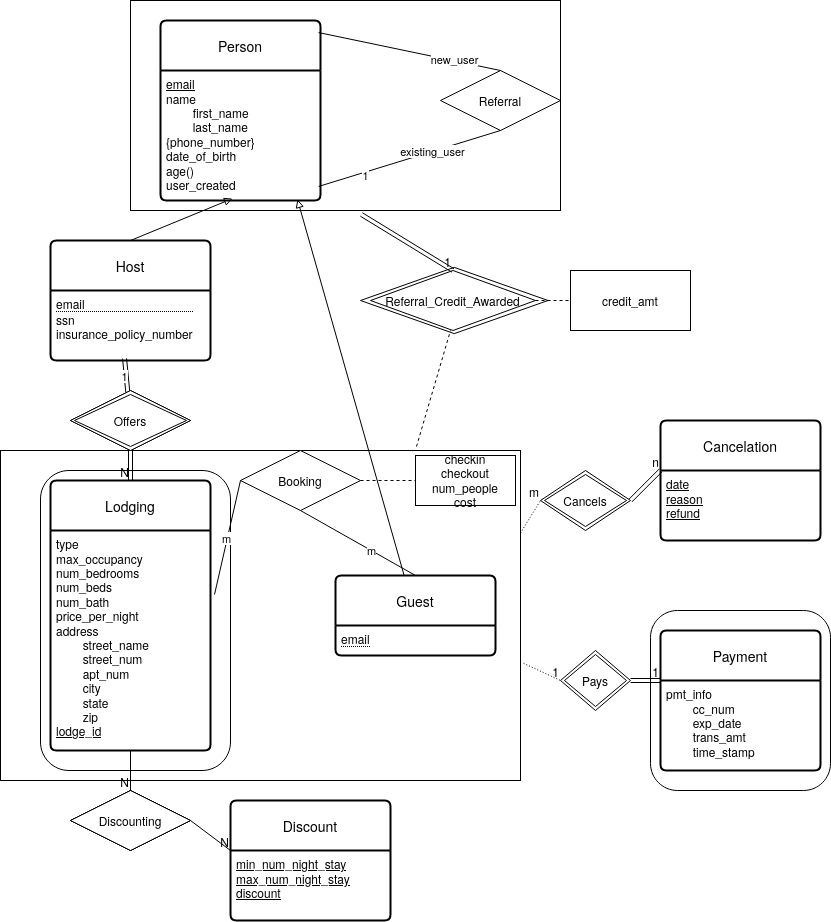
Before: question1.png, a diagram exported from draw.io (nurfnick/DBMS). Source tidied: cells renumbered, new cells last; positions are measured from the earlier drawing's top-left corner, leaving out a move shared by most shapes.
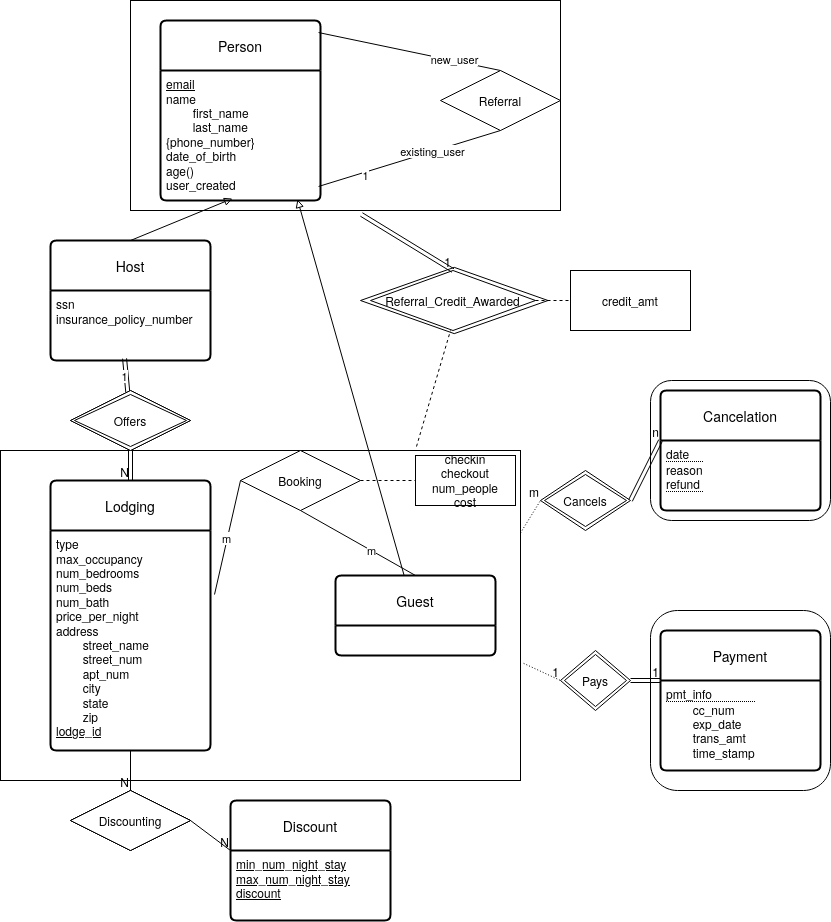
The same file after the commit.

Diff of the diagram source:
```diff
@@ -2,6 +2,9 @@
   <root>
     <mxCell id="0" />
     <mxCell id="1" parent="0" />
+    <mxCell id="66" style="rounded=1;whiteSpace=wrap;html=1;" parent="1" vertex="1">
+      <mxGeometry x="650" y="380" width="180" height="140" as="geometry" />
+    </mxCell>
     <mxCell id="2" style="rhombus;whiteSpace=wrap;html=1;" parent="1" vertex="1">
       <mxGeometry x="360" y="266.9" width="187.5" height="66.3" as="geometry" />
     </mxCell>
@@ -14,9 +17,6 @@
     <mxCell id="5" style="rounded=0;whiteSpace=wrap;html=1;" parent="1" vertex="1">
       <mxGeometry y="450" width="520" height="330" as="geometry" />
     </mxCell>
-    <mxCell id="6" style="rounded=1;whiteSpace=wrap;html=1;direction=south;" parent="1" vertex="1">
-      <mxGeometry x="40" y="470" width="190" height="300" as="geometry" />
-    </mxCell>
     <mxCell id="7" value="Person" style="swimlane;horizontal=1;startSize=50;rounded=1;fontSize=14;fontStyle=0;strokeWidth=2;shadow=0;dashed=0;align=center;arcSize=4;whiteSpace=wrap;html=1;" parent="1" vertex="1">
       <mxGeometry x="160" y="20" width="160" height="180" as="geometry" />
     </mxCell>
@@ -26,7 +26,7 @@
     <mxCell id="9" value="Host" style="swimlane;horizontal=1;startSize=50;rounded=1;fontSize=14;fontStyle=0;strokeWidth=2;shadow=0;dashed=0;align=center;arcSize=4;whiteSpace=wrap;html=1;" parent="1" vertex="1">
       <mxGeometry x="50" y="240" width="160" height="120" as="geometry" />
     </mxCell>
-    <mxCell id="10" value="&lt;div style=&quot;border-bottom: 1px dotted black&quot;&gt;email&lt;/div&gt;&lt;div&gt;ssn&lt;/div&gt;&lt;div&gt;insurance_policy_number&lt;br&gt;&lt;/div&gt;" style="align=left;strokeColor=none;fillColor=none;spacingLeft=4;fontSize=12;verticalAlign=top;html=1;" parent="9" vertex="1">
+    <mxCell id="10" value="&lt;div&gt;ssn&lt;/div&gt;&lt;div&gt;insurance_policy_number&lt;br&gt;&lt;/div&gt;" style="align=left;strokeColor=none;fillColor=none;spacingLeft=4;fontSize=12;verticalAlign=top;html=1;" parent="9" vertex="1">
       <mxGeometry y="50" width="160" height="70" as="geometry" />
     </mxCell>
     <mxCell id="11" value="Lodging" style="swimlane;horizontal=1;startSize=50;rounded=1;fontSize=14;fontStyle=0;strokeWidth=2;shadow=0;dashed=0;align=center;arcSize=4;whiteSpace=wrap;html=1;" parent="1" vertex="1">
@@ -41,9 +41,6 @@
     <mxCell id="14" value="Guest" style="swimlane;horizontal=1;startSize=50;rounded=1;fontSize=14;fontStyle=0;strokeWidth=2;shadow=0;dashed=0;align=center;arcSize=4;whiteSpace=wrap;html=1;" parent="1" vertex="1">
       <mxGeometry x="335" y="575" width="160" height="80" as="geometry" />
     </mxCell>
-    <mxCell id="15" value="&lt;div style=&quot;border-bottom: 1px dotted black&quot;&gt;email&lt;/div&gt;" style="align=left;strokeColor=none;fillColor=none;spacingLeft=4;fontSize=12;verticalAlign=top;html=1;" parent="14" vertex="1">
-      <mxGeometry y="50" width="160" height="30" as="geometry" />
-    </mxCell>
     <mxCell id="16" style="shape=link;html=1;rounded=0;exitX=0.5;exitY=1;exitDx=0;exitDy=0;entryX=0.5;entryY=0;entryDx=0;entryDy=0;" parent="1" edge="1" source="13" target="11">
       <mxGeometry relative="1" as="geometry" />
     </mxCell>
@@ -80,7 +77,7 @@
     <mxCell id="27" value="Payment" style="swimlane;horizontal=1;startSize=50;rounded=1;fontSize=14;fontStyle=0;strokeWidth=2;shadow=0;dashed=0;align=center;arcSize=4;whiteSpace=wrap;html=1;" parent="1" vertex="1">
       <mxGeometry x="660" y="630" width="160" height="140" as="geometry" />
     </mxCell>
-    <mxCell id="28" value="&lt;div&gt;pmt_info&lt;/div&gt;&lt;div&gt;&lt;span style=&quot;white-space: pre;&quot;&gt;&#9;&lt;/span&gt;cc_num&lt;/div&gt;&lt;div&gt;&lt;span style=&quot;white-space: pre;&quot;&gt;&#9;&lt;/span&gt;exp_date&lt;/div&gt;&lt;div&gt;&lt;span style=&quot;white-space: pre;&quot;&gt;&#9;&lt;/span&gt;trans_amt&lt;/div&gt;&lt;div&gt;&lt;span style=&quot;white-space: pre;&quot;&gt;&#9;&lt;/span&gt;time_stamp&lt;br&gt;&lt;/div&gt;" style="align=left;strokeColor=none;fillColor=none;spacingLeft=4;fontSize=12;verticalAlign=top;html=1;" parent="27" vertex="1">
+    <mxCell id="28" value="&lt;div style=&quot;border-bottom: 1px dotted black&quot;&gt;pmt_info&lt;/div&gt;&lt;div&gt;&lt;span style=&quot;white-space: pre;&quot;&gt;&#9;&lt;/span&gt;cc_num&lt;/div&gt;&lt;div&gt;&lt;span style=&quot;white-space: pre;&quot;&gt;&#9;&lt;/span&gt;exp_date&lt;/div&gt;&lt;div&gt;&lt;span style=&quot;white-space: pre;&quot;&gt;&#9;&lt;/span&gt;trans_amt&lt;/div&gt;&lt;div&gt;&lt;span style=&quot;white-space: pre;&quot;&gt;&#9;&lt;/span&gt;time_stamp&lt;br&gt;&lt;/div&gt;" style="align=left;strokeColor=none;fillColor=none;spacingLeft=4;fontSize=12;verticalAlign=top;html=1;" parent="27" vertex="1">
       <mxGeometry y="50" width="160" height="90" as="geometry" />
     </mxCell>
     <mxCell id="29" style="edgeStyle=orthogonalEdgeStyle;rounded=0;jettySize=auto;html=1;exitX=0.5;exitY=1;exitDx=0;exitDy=0;" parent="1" edge="1" source="28">
@@ -89,9 +86,9 @@
       </mxGeometry>
     </mxCell>
     <mxCell id="30" value="&lt;div&gt;Cancelation&lt;/div&gt;" style="swimlane;horizontal=1;startSize=50;rounded=1;fontSize=14;fontStyle=0;strokeWidth=2;shadow=0;dashed=0;align=center;arcSize=4;whiteSpace=wrap;html=1;" parent="1" vertex="1">
-      <mxGeometry x="660" y="420" width="160" height="120" as="geometry" />
+      <mxGeometry x="660" y="390" width="160" height="120" as="geometry" />
     </mxCell>
-    <mxCell id="31" value="&lt;div&gt;&lt;u&gt;date&lt;/u&gt;&lt;/div&gt;&lt;div&gt;&lt;u&gt;reason&lt;/u&gt;&lt;/div&gt;&lt;div&gt;&lt;u&gt;refund&lt;br&gt;&lt;/u&gt;&lt;/div&gt;" style="align=left;strokeColor=none;fillColor=none;spacingLeft=4;fontSize=12;verticalAlign=top;html=1;" parent="30" vertex="1">
+    <mxCell id="31" value="&lt;div style=&quot;border-bottom: 1px dotted black&quot;&gt;date&lt;/div&gt;reason&lt;div style=&quot;border-bottom: 1px dotted black&quot;&gt;refund&lt;/div&gt;" style="align=left;strokeColor=none;fillColor=none;spacingLeft=4;fontSize=12;verticalAlign=top;html=1;" parent="30" vertex="1">
       <mxGeometry y="50" width="160" height="70" as="geometry" />
     </mxCell>
     <mxCell id="32" value="Referral" style="shape=rhombus;perimeter=rhombusPerimeter;whiteSpace=wrap;html=1;align=center;" parent="1" vertex="1">
```
